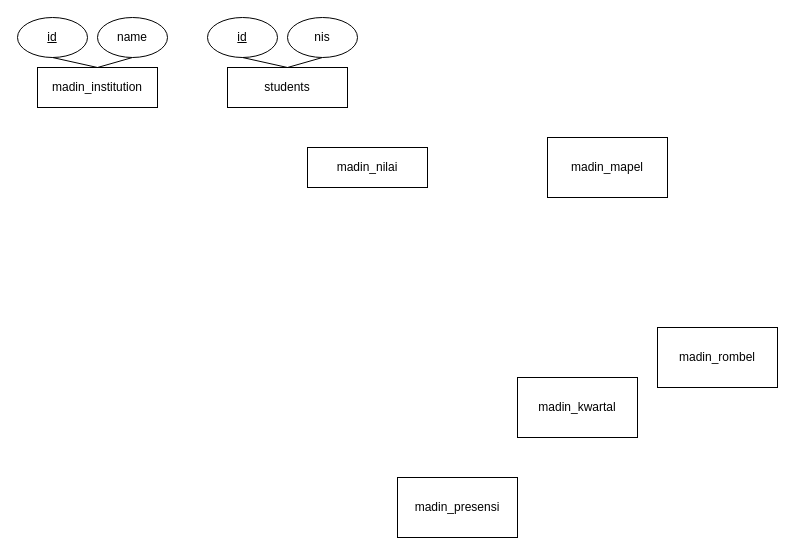
This is Diagram Tanpa Judul.drawio from cakmalik/SIstem-Informasi-MTS-Mubakid, a draw.io file, before an edit. Source tidied: cells renumbered, new cells numbered last; positions are measured from the earlier drawing's top-left corner, leaving out a move shared by most shapes. Both pictures are drawn from the tidied source at 100%, with x=0, y=0 at pixel (17, 17).
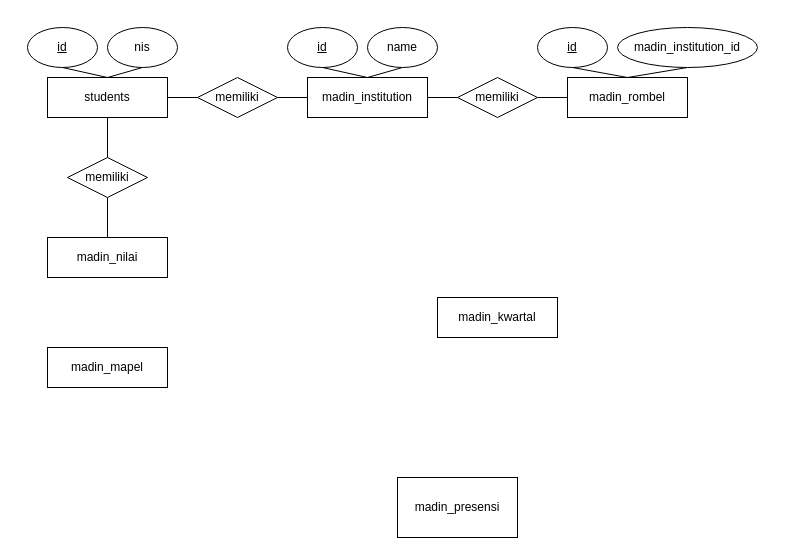
The same diagram, later.

The edit, as a diff of the source:
```diff
@@
     <mxCell id="2" value="madin_institution" style="rounded=0;whiteSpace=wrap;html=1;" parent="1" vertex="1">
-      <mxGeometry x="20" y="50" width="120" height="40" as="geometry" />
+      <mxGeometry x="290" y="60" width="120" height="40" as="geometry" />
     </mxCell>
     <mxCell id="3" value="madin_mapel" style="rounded=0;whiteSpace=wrap;html=1;" parent="1" vertex="1">
-      <mxGeometry x="530" y="120" width="120" height="60" as="geometry" />
+      <mxGeometry x="30" y="330" width="120" height="40" as="geometry" />
     </mxCell>
     <mxCell id="4" value="madin_kwartal" style="rounded=0;whiteSpace=wrap;html=1;" parent="1" vertex="1">
-      <mxGeometry x="500" y="360" width="120" height="60" as="geometry" />
+      <mxGeometry x="420" y="280" width="120" height="40" as="geometry" />
     </mxCell>
+    <mxCell id="17" style="edgeStyle=none;rounded=0;jettySize=auto;html=1;exitX=0.5;exitY=0;exitDx=0;exitDy=0;entryX=0.5;entryY=1;entryDx=0;entryDy=0;startArrow=none;startFill=0;endArrow=none;endFill=0;elbow=vertical;" parent="1" edge="1" source="5" target="29">
+      <mxGeometry relative="1" as="geometry" />
+    </mxCell>
     <mxCell id="5" value="madin_nilai" style="rounded=0;whiteSpace=wrap;html=1;" parent="1" vertex="1">
-      <mxGeometry x="290" y="130" width="120" height="40" as="geometry" />
+      <mxGeometry x="30" y="220" width="120" height="40" as="geometry" />
     </mxCell>
@@
     <mxCell id="7" value="madin_rombel" style="rounded=0;whiteSpace=wrap;html=1;" parent="1" vertex="1">
-      <mxGeometry x="640" y="310" width="120" height="60" as="geometry" />
+      <mxGeometry x="550" y="60" width="120" height="40" as="geometry" />
     </mxCell>
     <mxCell id="8" value="&lt;u&gt;id&lt;/u&gt;" style="ellipse;whiteSpace=wrap;html=1;" parent="1" vertex="1">
-      <mxGeometry width="70" height="40" as="geometry" />
+      <mxGeometry x="270" y="10" width="70" height="40" as="geometry" />
     </mxCell>
@@
     <mxCell id="10" value="name" style="ellipse;whiteSpace=wrap;html=1;" parent="1" vertex="1">
-      <mxGeometry x="80" width="70" height="40" as="geometry" />
+      <mxGeometry x="350" y="10" width="70" height="40" as="geometry" />
     </mxCell>
@@
+    <mxCell id="18" style="edgeStyle=none;rounded=0;jettySize=auto;html=1;exitX=1;exitY=0.5;exitDx=0;exitDy=0;entryX=0;entryY=0.5;entryDx=0;entryDy=0;startArrow=none;startFill=0;endArrow=none;endFill=0;elbow=vertical;" parent="1" edge="1" source="12" target="20">
+      <mxGeometry relative="1" as="geometry" />
+    </mxCell>
     <mxCell id="12" value="students" style="rounded=0;whiteSpace=wrap;html=1;" parent="1" vertex="1">
-      <mxGeometry x="210" y="50" width="120" height="40" as="geometry" />
+      <mxGeometry x="30" y="60" width="120" height="40" as="geometry" />
     </mxCell>
     <mxCell id="13" value="&lt;u&gt;id&lt;/u&gt;" style="ellipse;whiteSpace=wrap;html=1;" parent="1" vertex="1">
-      <mxGeometry x="190" width="70" height="40" as="geometry" />
+      <mxGeometry x="10" y="10" width="70" height="40" as="geometry" />
     </mxCell>
     <mxCell id="14" style="edgeStyle=none;rounded=0;jettySize=auto;html=1;exitX=0.5;exitY=1;exitDx=0;exitDy=0;entryX=0.5;entryY=0;entryDx=0;entryDy=0;startArrow=none;startFill=0;endArrow=none;endFill=0;elbow=vertical;" parent="1" edge="1" source="15">
       <mxGeometry relative="1" as="geometry">
-        <mxPoint x="270" y="50" as="targetPoint" />
+        <mxPoint x="90" y="60" as="targetPoint" />
       </mxGeometry>
     </mxCell>
     <mxCell id="15" value="nis" style="ellipse;whiteSpace=wrap;html=1;" parent="1" vertex="1">
-      <mxGeometry x="270" width="70" height="40" as="geometry" />
+      <mxGeometry x="90" y="10" width="70" height="40" as="geometry" />
     </mxCell>
     <mxCell id="16" style="rounded=0;jettySize=auto;elbow=vertical;html=1;exitX=0.5;exitY=0;exitDx=0;exitDy=0;startArrow=none;startFill=0;endArrow=none;endFill=0;entryX=0.5;entryY=1;entryDx=0;entryDy=0;" parent="1" edge="1" target="13">
       <mxGeometry relative="1" as="geometry">
-        <mxPoint x="270" y="50" as="sourcePoint" />
+        <mxPoint x="90" y="60" as="sourcePoint" />
       </mxGeometry>
     </mxCell>
+    <mxCell id="19" style="edgeStyle=none;rounded=0;jettySize=auto;html=1;exitX=1;exitY=0.5;exitDx=0;exitDy=0;entryX=0;entryY=0.5;entryDx=0;entryDy=0;startArrow=none;startFill=0;endArrow=none;endFill=0;elbow=vertical;" parent="1" edge="1" source="20" target="2">
+      <mxGeometry relative="1" as="geometry" />
+    </mxCell>
+    <mxCell id="20" value="memiliki" style="rhombus;whiteSpace=wrap;html=1;" parent="1" vertex="1">
+      <mxGeometry x="180" y="60" width="80" height="40" as="geometry" />
+    </mxCell>
+    <mxCell id="21" value="&lt;u&gt;id&lt;/u&gt;" style="ellipse;whiteSpace=wrap;html=1;" parent="1" vertex="1">
+      <mxGeometry x="520" y="10" width="70" height="40" as="geometry" />
+    </mxCell>
+    <mxCell id="22" style="edgeStyle=none;rounded=0;jettySize=auto;html=1;exitX=0.5;exitY=1;exitDx=0;exitDy=0;startArrow=none;startFill=0;endArrow=none;endFill=0;elbow=vertical;" parent="1" edge="1" source="23">
+      <mxGeometry relative="1" as="geometry">
+        <mxPoint x="610" y="60" as="targetPoint" />
+      </mxGeometry>
+    </mxCell>
+    <mxCell id="23" value="madin_institution_id" style="ellipse;whiteSpace=wrap;html=1;" parent="1" vertex="1">
+      <mxGeometry x="600" y="10" width="140" height="40" as="geometry" />
+    </mxCell>
+    <mxCell id="24" style="rounded=0;jettySize=auto;elbow=vertical;html=1;exitX=0.5;exitY=0;exitDx=0;exitDy=0;startArrow=none;startFill=0;endArrow=none;endFill=0;entryX=0.5;entryY=1;entryDx=0;entryDy=0;" parent="1" edge="1" source="7" target="21">
+      <mxGeometry relative="1" as="geometry" />
+    </mxCell>
+    <mxCell id="25" style="edgeStyle=none;rounded=0;jettySize=auto;html=1;exitX=1;exitY=0.5;exitDx=0;exitDy=0;entryX=0;entryY=0.5;entryDx=0;entryDy=0;startArrow=none;startFill=0;endArrow=none;endFill=0;elbow=vertical;" parent="1" edge="1" target="27">
+      <mxGeometry relative="1" as="geometry">
+        <mxPoint x="410" y="80" as="sourcePoint" />
+      </mxGeometry>
+    </mxCell>
+    <mxCell id="26" style="edgeStyle=none;rounded=0;jettySize=auto;html=1;exitX=1;exitY=0.5;exitDx=0;exitDy=0;startArrow=none;startFill=0;endArrow=none;endFill=0;elbow=vertical;" parent="1" edge="1" source="27">
+      <mxGeometry relative="1" as="geometry">
+        <mxPoint x="550" y="80" as="targetPoint" />
+      </mxGeometry>
+    </mxCell>
+    <mxCell id="27" value="memiliki" style="rhombus;whiteSpace=wrap;html=1;" parent="1" vertex="1">
+      <mxGeometry x="440" y="60" width="80" height="40" as="geometry" />
+    </mxCell>
+    <mxCell id="28" style="endArrow=none;html=1;rounded=0;elbow=vertical;exitX=0.5;exitY=0;exitDx=0;exitDy=0;entryX=0.5;entryY=1;entryDx=0;entryDy=0;" parent="1" edge="1" source="29" target="12">
+      <mxGeometry relative="1" as="geometry" />
+    </mxCell>
+    <mxCell id="29" value="memiliki" style="rhombus;whiteSpace=wrap;html=1;" parent="1" vertex="1">
+      <mxGeometry x="50" y="140" width="80" height="40" as="geometry" />
+    </mxCell>
```
